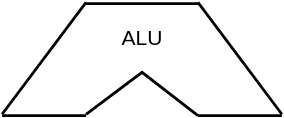
Above: 01.1.drawio.svg in wechen0504/CA_Figure (draw.io), before the change. Source tidied: cells renumbered, new cells last; positions are measured from the earlier drawing's top-left corner, leaving out a move shared by most shapes.
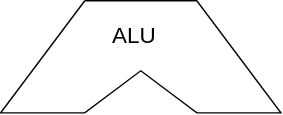
Later version of the same file.

Diff of the diagram source:
```diff
@@ -2,50 +2,22 @@
   <root>
     <mxCell id="0" />
     <mxCell id="1" parent="0" />
-    <mxCell id="2" style="group;direction=east;rounded=0;fillColor=none;strokeWidth=2;" parent="1" vertex="1">
-      <mxGeometry width="200" height="81" as="geometry" />
-    </mxCell>
-    <mxCell id="3" style="endArrow=none;html=1;rounded=1;strokeWidth=2;" parent="2" edge="1">
-      <mxGeometry relative="1" as="geometry">
-        <mxPoint x="60" y="1" as="sourcePoint" />
-        <mxPoint x="140" y="1" as="targetPoint" />
-      </mxGeometry>
-    </mxCell>
-    <mxCell id="4" style="endArrow=none;html=1;rounded=0;strokeWidth=2;" parent="2" edge="1">
-      <mxGeometry relative="1" as="geometry">
-        <mxPoint y="81" as="sourcePoint" />
-        <mxPoint x="60" y="81" as="targetPoint" />
-      </mxGeometry>
-    </mxCell>
-    <mxCell id="5" style="endArrow=none;html=1;rounded=0;strokeWidth=2;" parent="2" edge="1">
-      <mxGeometry relative="1" as="geometry">
-        <mxPoint x="140" y="81" as="sourcePoint" />
-        <mxPoint x="200" y="81" as="targetPoint" />
-      </mxGeometry>
-    </mxCell>
-    <mxCell id="6" style="endArrow=none;html=1;rounded=0;strokeWidth=2;" parent="2" edge="1">
-      <mxGeometry relative="1" as="geometry">
-        <mxPoint y="80" as="sourcePoint" />
-        <mxPoint x="60" as="targetPoint" />
-      </mxGeometry>
-    </mxCell>
-    <mxCell id="7" style="endArrow=none;html=1;strokeWidth=2;rounded=0;jumpStyle=arc;" parent="2" edge="1">
-      <mxGeometry relative="1" as="geometry">
-        <mxPoint x="200" y="80" as="sourcePoint" />
-        <mxPoint x="140" as="targetPoint" />
-      </mxGeometry>
-    </mxCell>
-    <mxCell id="8" style="endArrow=none;html=1;rounded=0;strokeWidth=2;" parent="2" edge="1">
-      <mxGeometry relative="1" as="geometry">
-        <mxPoint x="60" y="80" as="sourcePoint" />
-        <mxPoint x="140" y="81" as="targetPoint" />
-        <Array as="points">
-          <mxPoint x="100" y="50" />
-        </Array>
-      </mxGeometry>
-    </mxCell>
+    <mxCell id="10" style="endArrow=none;html=1;rounded=0;elbow=vertical;" parent="1" edge="1">
+      <mxGeometry relative="1" as="geometry">
+        <mxPoint x="-140" y="-80" as="sourcePoint" />
+        <mxPoint x="-140" y="-80" as="targetPoint" />
+        <Array as="points">
+          <mxPoint x="-60" y="-80" />
+          <mxPoint />
+          <mxPoint x="-60" />
+          <mxPoint x="-100" y="-30" />
+          <mxPoint x="-140" />
+          <mxPoint x="-200" />
+        </Array>
+      </mxGeometry>
+    </mxCell>
-    <mxCell id="9" value="&lt;font style=&quot;font-size: 15px;&quot;&gt;ALU&lt;/font&gt;" style="text;html=1;align=center;verticalAlign=middle;strokeColor=none;fillColor=none;strokeWidth=2;" parent="2" vertex="1">
-      <mxGeometry x="75" y="10" width="50" height="30" as="geometry" />
+    <mxCell id="9" value="&lt;font style=&quot;font-size: 16px;&quot;&gt;ALU&lt;/font&gt;" style="text;html=1;align=center;verticalAlign=middle;strokeColor=none;fillColor=none;strokeWidth=2;" parent="1" vertex="1">
+      <mxGeometry x="-130" y="-70" width="50" height="30" as="geometry" />
     </mxCell>
   </root>
 </mxGraphModel>
```
